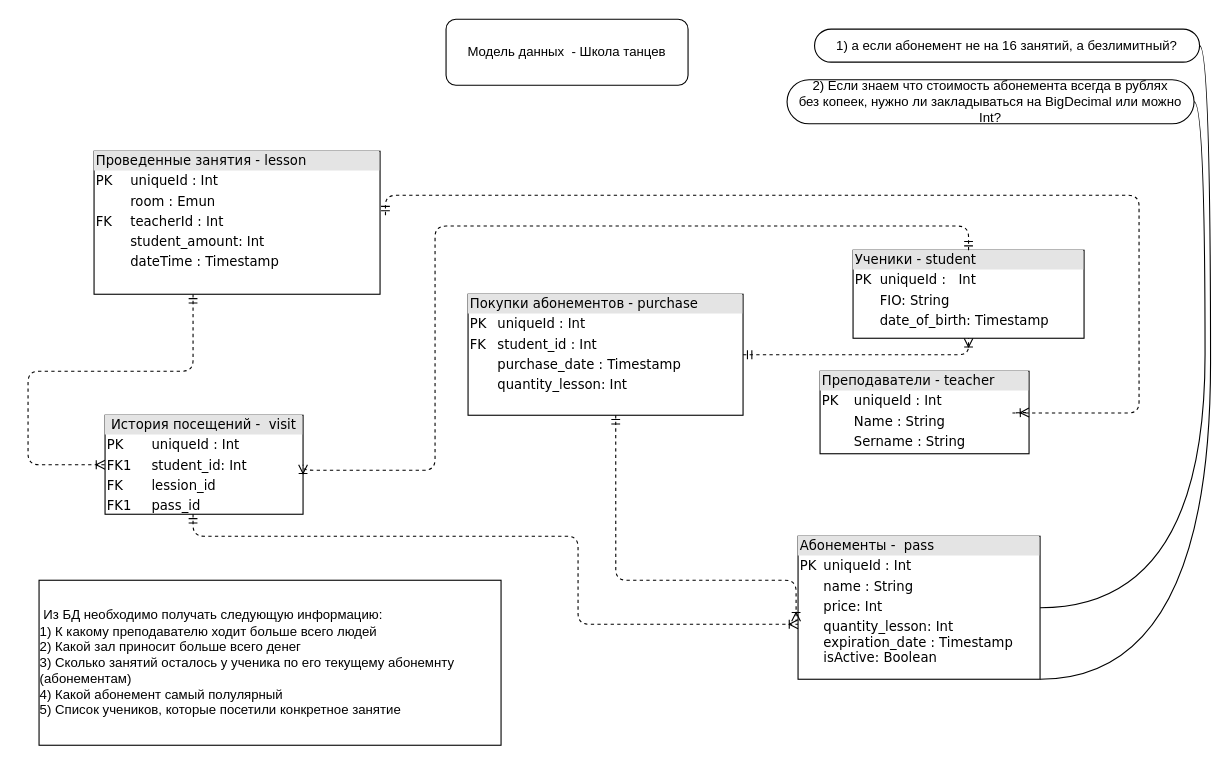
Before: Untitled Diagram.drawio in AlexandraKozhevnikova/level_up_data_base, a draw.io diagram. Source tidied: cells renumbered, new cells numbered last; positions are measured from the earlier drawing's top-left corner, leaving out a move shared by most shapes. Both pictures are drawn from the tidied source at 110%, with x=0, y=0 at pixel (28, 19).
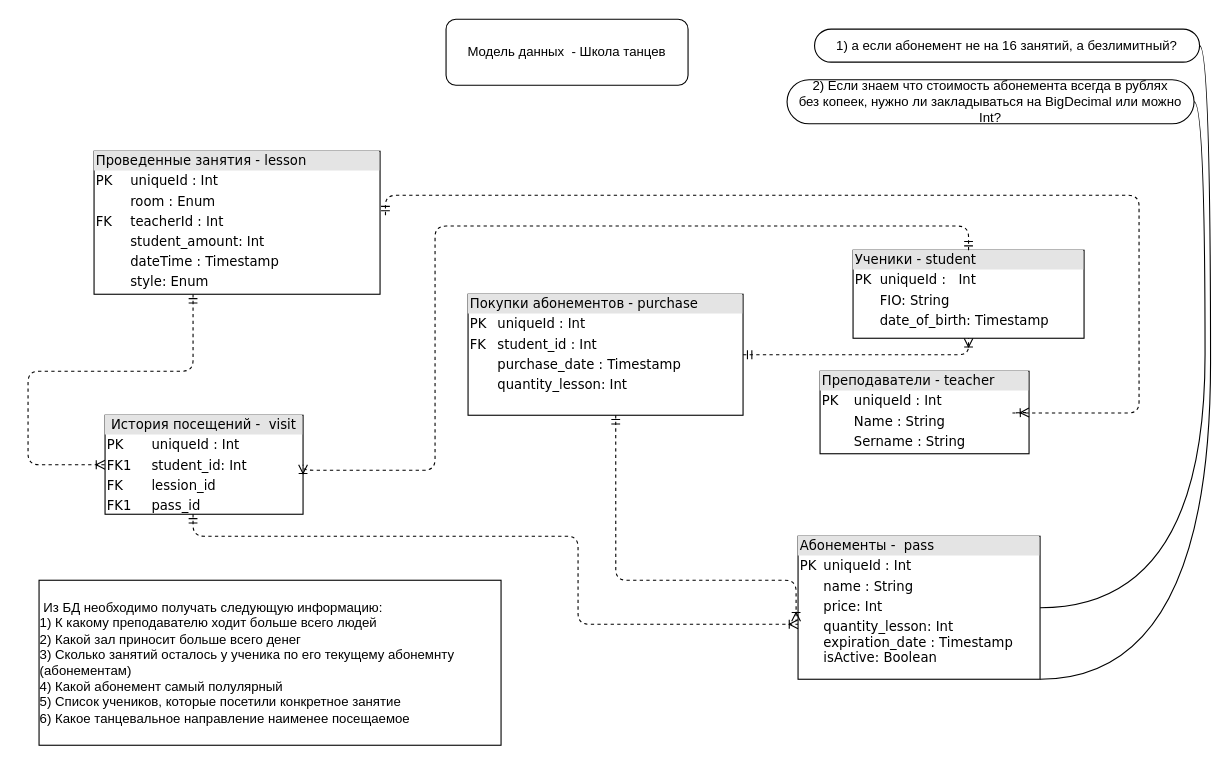
The same diagram, later.

The edit, as a diff of the source:
```diff
@@
-    <mxCell id="4" value="&lt;div style=&quot;box-sizing: border-box ; width: 100% ; background: #e4e4e4 ; padding: 2px&quot;&gt;Проведенные занятия - lesson&lt;/div&gt;&lt;table style=&quot;width: 100% ; font-size: 1em&quot; cellpadding=&quot;2&quot; cellspacing=&quot;0&quot;&gt;&lt;tbody&gt;&lt;tr&gt;&lt;td&gt;PK&lt;/td&gt;&lt;td&gt;uniqueId : Int&lt;/td&gt;&lt;/tr&gt;&lt;tr&gt;&lt;td&gt;&lt;br&gt;&lt;/td&gt;&lt;td&gt;room : Emun&lt;/td&gt;&lt;/tr&gt;&lt;tr&gt;&lt;td&gt;FK&lt;/td&gt;&lt;td&gt;teacherId : Int&lt;/td&gt;&lt;/tr&gt;&lt;tr&gt;&lt;td&gt;&lt;br&gt;&lt;/td&gt;&lt;td&gt;student_amount: Int&lt;br&gt;&lt;/td&gt;&lt;/tr&gt;&lt;tr&gt;&lt;td&gt;&lt;br&gt;&lt;/td&gt;&lt;td&gt;dateTime : Timestamp&lt;br&gt;&lt;/td&gt;&lt;/tr&gt;&lt;tr&gt;&lt;td&gt;&lt;br&gt;&lt;/td&gt;&lt;td&gt;&lt;br&gt;&lt;/td&gt;&lt;/tr&gt;&lt;/tbody&gt;&lt;/table&gt;" style="verticalAlign=top;align=left;overflow=fill;html=1;rounded=0;shadow=0;comic=0;labelBackgroundColor=none;strokeWidth=1;fontFamily=Verdana;fontSize=12;imageAspect=1;noLabel=0;" parent="1" vertex="1">
+    <mxCell id="4" value="&lt;div style=&quot;box-sizing: border-box ; width: 100% ; background: #e4e4e4 ; padding: 2px&quot;&gt;Проведенные занятия - lesson&lt;/div&gt;&lt;table style=&quot;width: 100% ; font-size: 1em&quot; cellpadding=&quot;2&quot; cellspacing=&quot;0&quot;&gt;&lt;tbody&gt;&lt;tr&gt;&lt;td&gt;PK&lt;/td&gt;&lt;td&gt;uniqueId : Int&lt;/td&gt;&lt;/tr&gt;&lt;tr&gt;&lt;td&gt;&lt;br&gt;&lt;/td&gt;&lt;td&gt;room : Enum&lt;/td&gt;&lt;/tr&gt;&lt;tr&gt;&lt;td&gt;FK&lt;/td&gt;&lt;td&gt;teacherId : Int&lt;/td&gt;&lt;/tr&gt;&lt;tr&gt;&lt;td&gt;&lt;br&gt;&lt;/td&gt;&lt;td&gt;student_amount: Int&lt;br&gt;&lt;/td&gt;&lt;/tr&gt;&lt;tr&gt;&lt;td&gt;&lt;br&gt;&lt;/td&gt;&lt;td&gt;dateTime : Timestamp&lt;br&gt;&lt;/td&gt;&lt;/tr&gt;&lt;tr&gt;&lt;td&gt;&lt;br&gt;&lt;/td&gt;&lt;td&gt;style: Enum&lt;/td&gt;&lt;/tr&gt;&lt;/tbody&gt;&lt;/table&gt;" style="verticalAlign=top;align=left;overflow=fill;html=1;rounded=0;shadow=0;comic=0;labelBackgroundColor=none;strokeWidth=1;fontFamily=Verdana;fontSize=12;imageAspect=1;noLabel=0;" parent="1" vertex="1">
       <mxGeometry x="60" y="120" width="260" height="130" as="geometry" />
     </mxCell>
@@
-    <mxCell id="18" value="&lt;div style=&quot;text-align: left&quot;&gt;&lt;span&gt;&amp;nbsp;Из БД необходимо получать следующую информацию:&lt;/span&gt;&lt;/div&gt;&lt;div style=&quot;text-align: left&quot;&gt;&lt;span&gt;1) К какому преподавателю ходит больше всего людей&lt;/span&gt;&lt;/div&gt;&lt;div style=&quot;text-align: left&quot;&gt;&lt;span&gt;2) Какой зал приносит больше всего денег&lt;/span&gt;&lt;/div&gt;&lt;div style=&quot;text-align: left&quot;&gt;&lt;span&gt;3) Сколько занятий осталось у ученика по его текущему абонемнту (абонементам)&lt;/span&gt;&lt;/div&gt;&lt;div style=&quot;text-align: left&quot;&gt;&lt;span&gt;4) Какой абонемент самый полулярный&lt;/span&gt;&lt;/div&gt;&lt;div style=&quot;text-align: left&quot;&gt;&lt;span&gt;5) Список учеников, которые посетили конкретное занятие&lt;/span&gt;&lt;/div&gt;" style="rounded=0;whiteSpace=wrap;html=1;" parent="1" vertex="1">
+    <mxCell id="18" value="&lt;div style=&quot;text-align: left&quot;&gt;&lt;span&gt;&amp;nbsp;Из БД необходимо получать следующую информацию:&lt;/span&gt;&lt;/div&gt;&lt;div style=&quot;text-align: left&quot;&gt;&lt;span&gt;1) К какому преподавателю ходит больше всего людей&lt;/span&gt;&lt;/div&gt;&lt;div style=&quot;text-align: left&quot;&gt;&lt;span&gt;2) Какой зал приносит больше всего денег&lt;/span&gt;&lt;/div&gt;&lt;div style=&quot;text-align: left&quot;&gt;&lt;span&gt;3) Сколько занятий осталось у ученика по его текущему абонемнту (абонементам)&lt;/span&gt;&lt;/div&gt;&lt;div style=&quot;text-align: left&quot;&gt;&lt;span&gt;4) Какой абонемент самый полулярный&lt;/span&gt;&lt;/div&gt;&lt;div style=&quot;text-align: left&quot;&gt;&lt;span&gt;5) Список учеников, которые посетили конкретное занятие&lt;/span&gt;&lt;/div&gt;&lt;div style=&quot;text-align: left&quot;&gt;&lt;span&gt;6) Какое танцевальное направление наименее посещаемое&lt;/span&gt;&lt;/div&gt;" style="rounded=0;whiteSpace=wrap;html=1;" parent="1" vertex="1">
       <mxGeometry x="10" y="510" width="420" height="150" as="geometry" />
     </mxCell>
```
